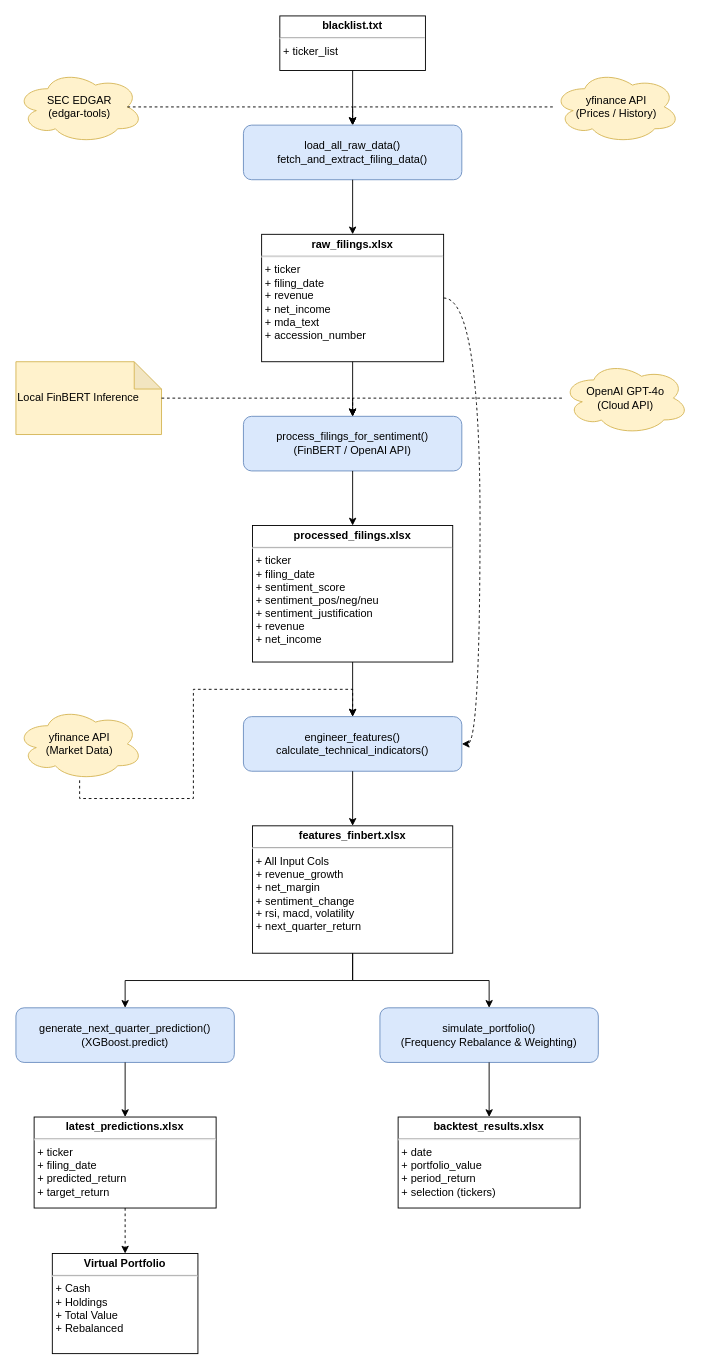
This is documentation/views/unified_flow.drawio from Tousak/stock-analysis, a draw.io file, before an edit. Source tidied: cells renumbered, new cells numbered last; positions are measured from the earlier drawing's top-left corner, leaving out a move shared by most shapes. Both pictures are drawn from the tidied source at 91%, with x=0, y=0 at pixel (15, 15).
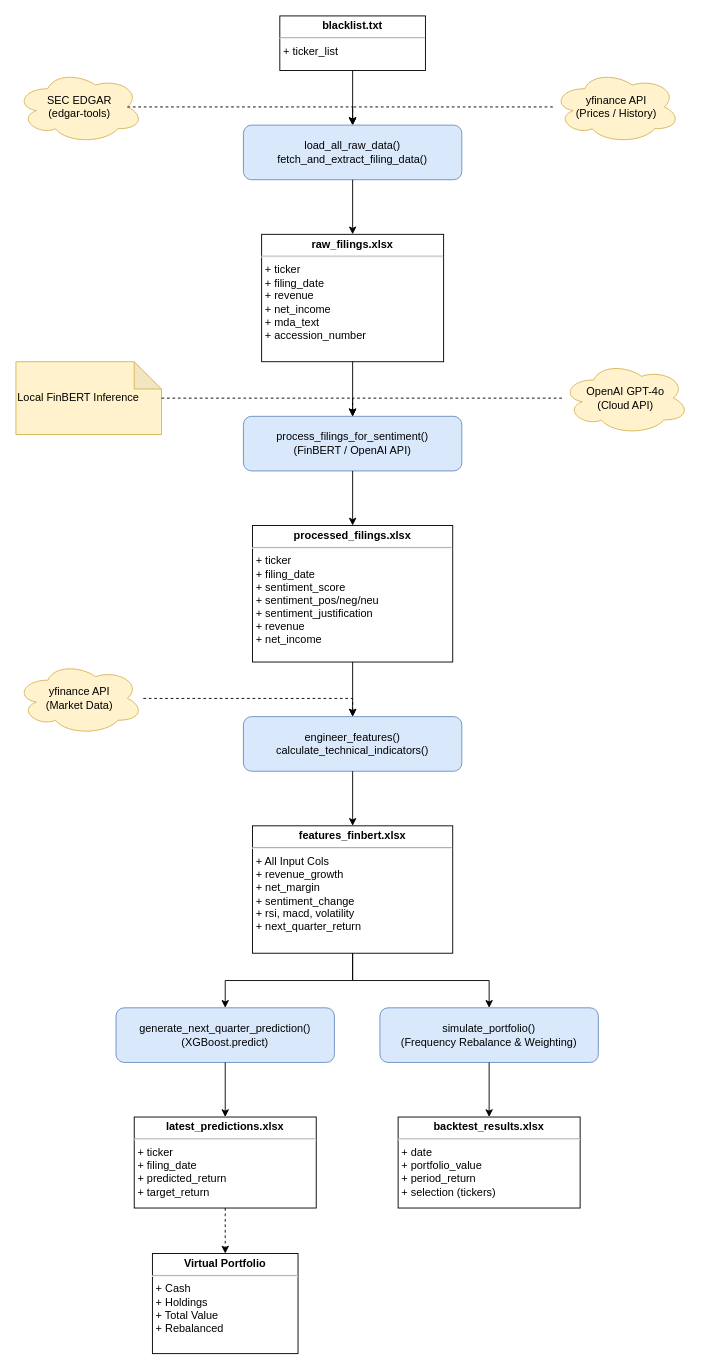
The same page after the edit.

Commit message:
correct flowchart

The change refers to these unchanged cells:
```xml
<mxCell id="3" value="&lt;p style=&quot;margin:0px;margin-top:4px;text-align:center;color:#000000;&quot;&gt;&lt;b&gt;raw_filings.xlsx&lt;/b&gt;&lt;/p&gt;&lt;hr/&gt;&lt;p style=&quot;margin:0px;margin-left:4px;color:#000000;&quot;&gt;+ ticker&lt;br/&gt;+ filing_date&lt;br/&gt;+ revenue&lt;br/&gt;+ net_income&lt;br/&gt;+ mda_text&lt;br/&gt;+ accession_number&lt;/p&gt;" style="verticalAlign=top;align=left;overflow=fill;fontSize=12;fontFamily=Helvetica;html=1;whiteSpace=wrap;fontColor=#000000;fillColor=#ffffff;" parent="1" vertex="1">
  <mxGeometry x="270" y="240" width="200" height="140" as="geometry" />
</mxCell>
<mxCell id="8" value="engineer_features()&#10;calculate_technical_indicators()" style="rounded=1;whiteSpace=wrap;html=1;fillColor=#dae8fc;strokeColor=#6c8ebf;fontColor=#000000;" parent="1" vertex="1">
  <mxGeometry x="250" y="770" width="240" height="60" as="geometry" />
</mxCell>
```

Change to the diagram source:
```diff
@@
     <mxCell id="9" value="generate_next_quarter_prediction()&#10;(XGBoost.predict)" style="rounded=1;whiteSpace=wrap;html=1;fillColor=#dae8fc;strokeColor=#6c8ebf;fontColor=#000000;" parent="1" vertex="1">
-      <mxGeometry y="1090" width="240" height="60" as="geometry" />
+      <mxGeometry x="110" y="1090" width="240" height="60" as="geometry" />
     </mxCell>
     <mxCell id="10" value="&lt;p style=&quot;margin:0px;margin-top:4px;text-align:center;color:#000000;&quot;&gt;&lt;b&gt;latest_predictions.xlsx&lt;/b&gt;&lt;/p&gt;&lt;hr/&gt;&lt;p style=&quot;margin:0px;margin-left:4px;color:#000000;&quot;&gt;+ ticker&lt;br/&gt;+ filing_date&lt;br/&gt;+ predicted_return&lt;br/&gt;+ target_return&lt;/p&gt;" style="verticalAlign=top;align=left;overflow=fill;fontSize=12;fontFamily=Helvetica;html=1;whiteSpace=wrap;fontColor=#000000;fillColor=#ffffff;" parent="1" vertex="1">
-      <mxGeometry x="20" y="1210" width="200" height="100" as="geometry" />
+      <mxGeometry x="130" y="1210" width="200" height="100" as="geometry" />
     </mxCell>
@@
     <mxCell id="17" value="yfinance API&#10;(Market Data)" style="ellipse;shape=cloud;whiteSpace=wrap;html=1;fillColor=#fff2cc;strokeColor=#d6b656;fontColor=#000000;" parent="1" vertex="1">
-      <mxGeometry y="760" width="140" height="80" as="geometry" />
+      <mxGeometry y="710" width="140" height="80" as="geometry" />
     </mxCell>
     <mxCell id="18" value="&lt;p style=&quot;margin:0px;margin-top:4px;text-align:center;color:#000000;&quot;&gt;&lt;b&gt;Virtual Portfolio&lt;/b&gt;&lt;/p&gt;&lt;hr/&gt;&lt;p style=&quot;margin:0px;margin-left:4px;color:#000000;&quot;&gt;+ Cash&lt;br/&gt;+ Holdings&lt;br/&gt;+ Total Value&lt;br/&gt;+ Rebalanced&lt;/p&gt;" style="verticalAlign=top;align=left;overflow=fill;fontSize=12;fontFamily=Helvetica;html=1;whiteSpace=wrap;fontColor=#000000;fillColor=#ffffff;" parent="1" vertex="1">
-      <mxGeometry x="40" y="1360" width="160" height="110" as="geometry" />
+      <mxGeometry x="150" y="1360" width="160" height="110" as="geometry" />
     </mxCell>
@@
-    <mxCell id="24" style="edgeStyle=orthogonalEdgeStyle;rounded=0;jettySize=auto;html=1;endArrow=classic;fontColor=#000000;exitX=0.5;exitY=1;exitDx=0;exitDy=0;entryX=0.5;entryY=0;entryDx=0;entryDy=0;dashed=1;curved=1;entryX=1;entryY=0.5;entryDx=0;entryDy=0;exitX=1;exitY=0.5;exitDx=0;exitDy=0;" parent="1" edge="1" source="3" target="8">
-      <mxGeometry relative="1" as="geometry" />
-    </mxCell>
@@
-    <mxCell id="34" style="edgeStyle=orthogonalEdgeStyle;rounded=0;jettySize=auto;html=1;endArrow=classic;fontColor=#000000;exitX=0.5;exitY=1;exitDx=0;exitDy=0;entryX=0.5;entryY=0;entryDx=0;entryDy=0;dashed=1;" parent="1" edge="1" source="17" target="8">
+    <mxCell id="34" style="edgeStyle=orthogonalEdgeStyle;rounded=0;jettySize=auto;html=1;endArrow=classic;fontColor=#000000;entryX=0.5;entryY=0;entryDx=0;entryDy=0;dashed=1;" parent="1" edge="1" source="17" target="8">
       <mxGeometry relative="1" as="geometry" />
     </mxCell>
```
